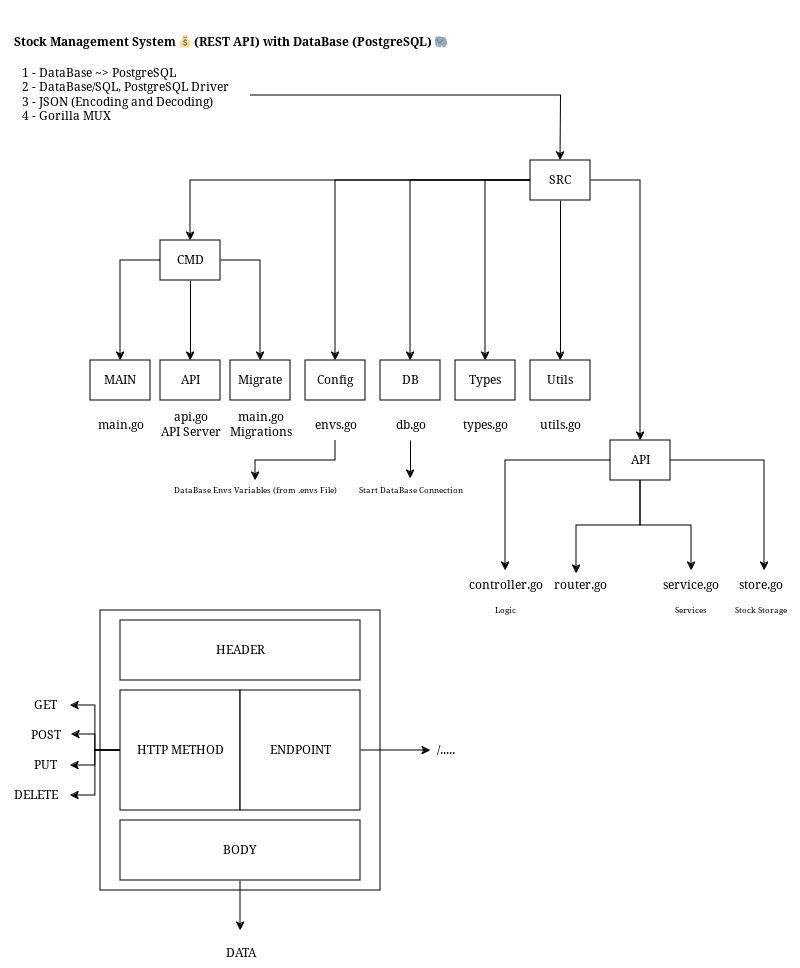
Earlier version of the draw.io export diagram0.png (soelz4/stock-go-sql-rest-api). Source tidied: cells renumbered, new cells last; positions are measured from the earlier drawing's top-left corner, leaving out a move shared by most shapes.
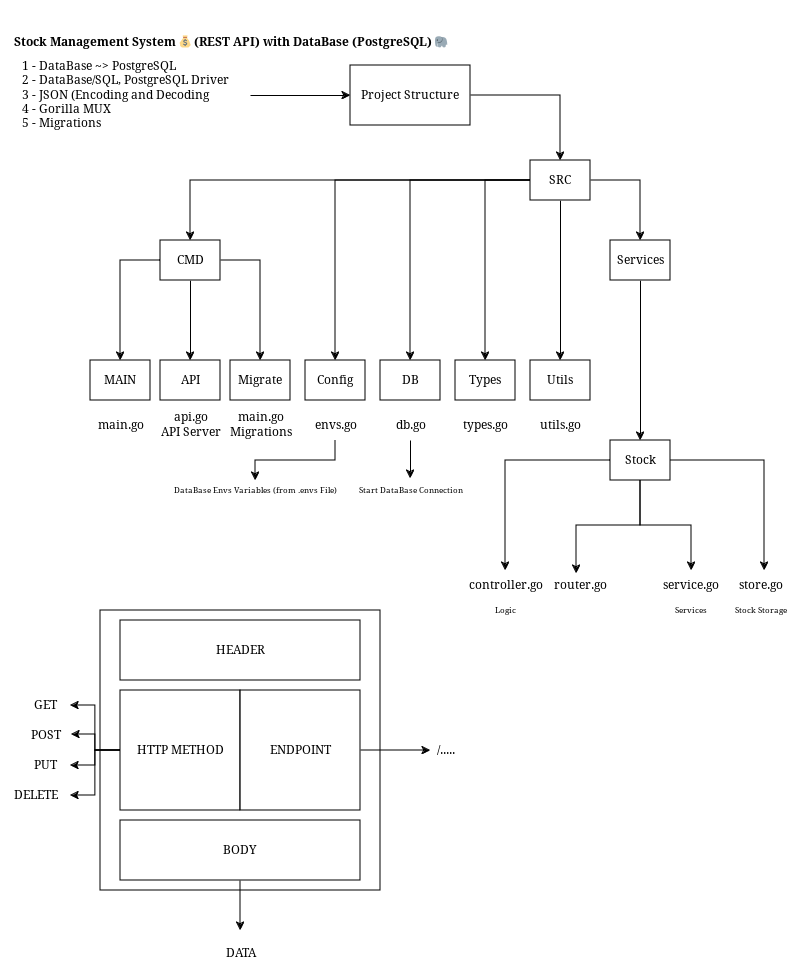
Above is the later version.

Diff of the diagram source:
```diff
@@ -5,13 +5,11 @@
     <mxCell id="2" value="&lt;p class=&quot;f4 my-3&quot; style=&quot;font-size: 12px;&quot;&gt;&#10;        Stock Management System 💰 (REST API) with DataBase (PostgreSQL) 🐘&#10;      &lt;/p&gt;" style="text;html=1;align=center;verticalAlign=middle;strokeColor=none;fillColor=none;strokeWidth=5;fontSize=12;labelBackgroundColor=none;fontStyle=1;" parent="1" vertex="1">
       <mxGeometry x="10" width="440" height="70" as="geometry" />
     </mxCell>
-    <mxCell id="3" style="edgeStyle=orthogonalEdgeStyle;rounded=0;jettySize=auto;html=1;" parent="1" edge="1" source="4">
-      <mxGeometry relative="1" as="geometry">
-        <mxPoint x="560" y="160" as="targetPoint" />
-      </mxGeometry>
-    </mxCell>
+    <mxCell id="63" style="edgeStyle=orthogonalEdgeStyle;rounded=0;jettySize=auto;html=1;entryX=0;entryY=0.5;entryDx=0;entryDy=0;" parent="1" edge="1" source="4" target="68">
+      <mxGeometry relative="1" as="geometry" />
+    </mxCell>
-    <mxCell id="4" value="&lt;div&gt;1 - DataBase ~&amp;gt; PostgreSQL&lt;/div&gt;&lt;div&gt;2 - DataBase/SQL, PostgreSQL Driver&lt;/div&gt;&lt;div&gt;3 - JSON (Encoding and Decoding)&lt;/div&gt;&lt;div&gt;4 - Gorilla MUX&lt;/div&gt;" style="text;html=1;align=left;verticalAlign=middle;points=[];strokeColor=none;fillColor=none;" parent="1" vertex="1">
-      <mxGeometry x="20" y="60" width="230" height="70" as="geometry" />
+    <mxCell id="4" value="&lt;div&gt;1 - DataBase ~&amp;gt; PostgreSQL&lt;/div&gt;&lt;div&gt;2 - DataBase/SQL, PostgreSQL Driver&lt;/div&gt;&lt;div&gt;3 - JSON (Encoding and Decoding&lt;/div&gt;&lt;div&gt;4 - Gorilla MUX&lt;/div&gt;&lt;div&gt;5 - Migrations&lt;/div&gt;" style="text;html=1;align=left;verticalAlign=middle;points=[];strokeColor=none;fillColor=none;" parent="1" vertex="1">
+      <mxGeometry x="20" y="50" width="230" height="90" as="geometry" />
     </mxCell>
     <mxCell id="5" style="edgeStyle=orthogonalEdgeStyle;rounded=0;jettySize=auto;html=1;entryX=0.5;entryY=0;entryDx=0;entryDy=0;" parent="1" edge="1" source="11" target="27">
       <mxGeometry relative="1" as="geometry" />
@@ -19,9 +17,6 @@
     <mxCell id="6" style="edgeStyle=orthogonalEdgeStyle;rounded=0;jettySize=auto;html=1;" parent="1" edge="1" source="11" target="22">
       <mxGeometry relative="1" as="geometry" />
     </mxCell>
-    <mxCell id="7" style="edgeStyle=orthogonalEdgeStyle;rounded=0;jettySize=auto;html=1;entryX=0.5;entryY=0;entryDx=0;entryDy=0;" parent="1" edge="1" source="11" target="25">
-      <mxGeometry relative="1" as="geometry" />
-    </mxCell>
     <mxCell id="8" style="edgeStyle=orthogonalEdgeStyle;rounded=0;jettySize=auto;html=1;entryX=0.5;entryY=0;entryDx=0;entryDy=0;" parent="1" edge="1" source="11" target="15">
       <mxGeometry relative="1" as="geometry" />
     </mxCell>
@@ -31,6 +26,9 @@
     <mxCell id="10" style="edgeStyle=orthogonalEdgeStyle;rounded=0;jettySize=auto;html=1;entryX=0.5;entryY=0;entryDx=0;entryDy=0;" parent="1" edge="1" source="11" target="23">
       <mxGeometry relative="1" as="geometry" />
     </mxCell>
+    <mxCell id="64" style="edgeStyle=orthogonalEdgeStyle;rounded=0;jettySize=auto;html=1;entryX=0.5;entryY=0;entryDx=0;entryDy=0;" parent="1" edge="1" source="11" target="66">
+      <mxGeometry relative="1" as="geometry" />
+    </mxCell>
     <mxCell id="11" value="SRC" style="rounded=0;whiteSpace=wrap;html=1;" parent="1" vertex="1">
       <mxGeometry x="530" y="160" width="60" height="40" as="geometry" />
     </mxCell>
@@ -73,7 +71,7 @@
     <mxCell id="24" style="edgeStyle=orthogonalEdgeStyle;rounded=0;jettySize=auto;html=1;" parent="1" edge="1" source="25" target="36">
       <mxGeometry relative="1" as="geometry" />
     </mxCell>
-    <mxCell id="25" value="API" style="rounded=0;whiteSpace=wrap;html=1;" parent="1" vertex="1">
+    <mxCell id="25" value="Stock" style="rounded=0;whiteSpace=wrap;html=1;" parent="1" vertex="1">
       <mxGeometry x="610" y="440" width="60" height="40" as="geometry" />
     </mxCell>
     <mxCell id="26" value="Types" style="rounded=0;whiteSpace=wrap;html=1;" parent="1" vertex="1">
@@ -191,5 +189,17 @@
     <mxCell id="62" value="DATA" style="text;html=1;align=center;verticalAlign=middle;strokeColor=none;fillColor=none;" parent="1" vertex="1">
       <mxGeometry x="210" y="938" width="60" height="30" as="geometry" />
     </mxCell>
+    <mxCell id="65" style="edgeStyle=orthogonalEdgeStyle;rounded=0;jettySize=auto;html=1;entryX=0.5;entryY=0;entryDx=0;entryDy=0;" parent="1" edge="1" source="66" target="25">
+      <mxGeometry relative="1" as="geometry" />
+    </mxCell>
+    <mxCell id="66" value="Services" style="rounded=0;whiteSpace=wrap;html=1;" parent="1" vertex="1">
+      <mxGeometry x="610" y="240" width="60" height="40" as="geometry" />
+    </mxCell>
+    <mxCell id="67" style="edgeStyle=orthogonalEdgeStyle;rounded=0;jettySize=auto;html=1;entryX=0.5;entryY=0;entryDx=0;entryDy=0;" parent="1" edge="1" source="68" target="11">
+      <mxGeometry relative="1" as="geometry" />
+    </mxCell>
+    <mxCell id="68" value="Project Structure" style="rounded=0;whiteSpace=wrap;html=1;" parent="1" vertex="1">
+      <mxGeometry x="350" y="65" width="120" height="60" as="geometry" />
+    </mxCell>
   </root>
 </mxGraphModel>
```
